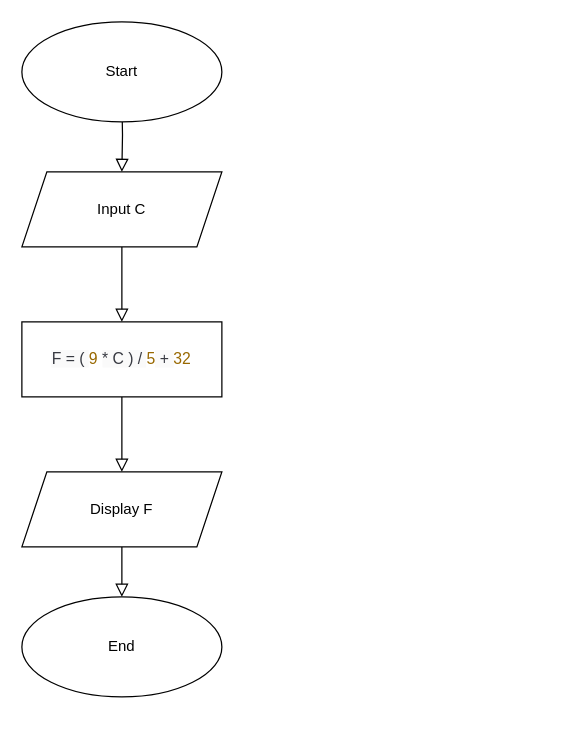
Before: Module1/NhapMonTuDuyLapTrinh/Thuc_Hanh/[Thực hành] Thuật toán chuyển đổi nhiệt độ.drawio in sonlt92/A0421I1-LeTranSon, a draw.io diagram. Source tidied: cells renumbered, new cells numbered last; positions are measured from the earlier drawing's top-left corner, leaving out a move shared by most shapes. Both pictures are drawn from the tidied source at 125%, with x=0, y=0 at pixel (21, 21).
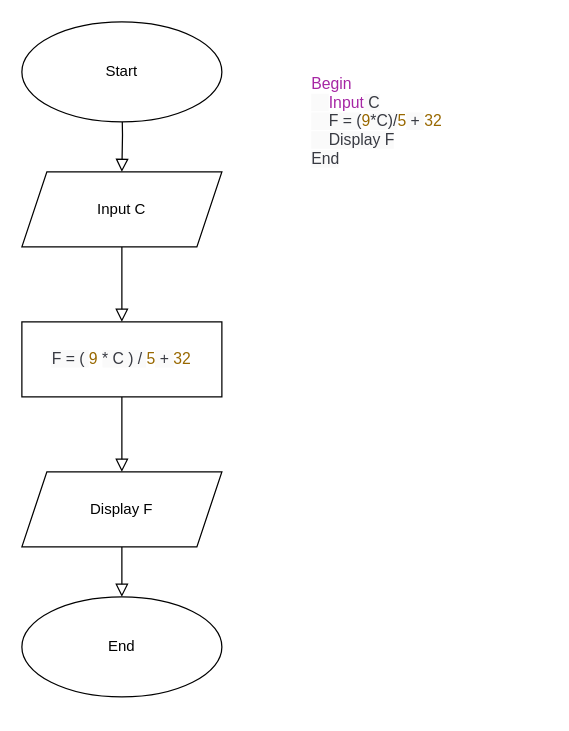
Above is the later version.

Diff of the diagram source:
```diff
@@
 <mxGraphModel>
   <root>
     <mxCell id="0" />
     <mxCell id="1" parent="0" />
     <mxCell id="2" style="rounded=0;html=1;jettySize=auto;fontSize=11;endArrow=block;endFill=0;endSize=8;strokeWidth=1;shadow=0;labelBackgroundColor=none;edgeStyle=orthogonalEdgeStyle;entryX=0.5;entryY=0;entryDx=0;entryDy=0;" parent="1" edge="1" target="3">
       <mxGeometry relative="1" as="geometry">
         <mxPoint x="80" y="60" as="sourcePoint" />
       </mxGeometry>
     </mxCell>
     <mxCell id="3" value="Input C" style="shape=parallelogram;perimeter=parallelogramPerimeter;whiteSpace=wrap;html=1;fixedSize=1;" parent="1" vertex="1">
       <mxGeometry y="120" width="160" height="60" as="geometry" />
     </mxCell>
     <mxCell id="4" value="&lt;span style=&quot;color: rgb(56 , 58 , 66) ; font-size: 12.6px ; font-style: normal ; font-weight: 400 ; letter-spacing: normal ; text-indent: 0px ; text-transform: none ; word-spacing: 0px ; background-color: rgb(250 , 250 , 250) ; display: inline ; float: none&quot;&gt;F = (&amp;nbsp;&lt;/span&gt;&lt;span class=&quot;hljs-number&quot; style=&quot;box-sizing: border-box ; color: rgb(152 , 104 , 1) ; font-size: 12.6px ; font-style: normal ; font-weight: 400 ; letter-spacing: normal ; text-indent: 0px ; text-transform: none ; word-spacing: 0px&quot;&gt;&lt;span class=&quot;hljs-number&quot; style=&quot;box-sizing: border-box ; color: rgb(152 , 104 , 1)&quot;&gt;9&amp;nbsp;&lt;/span&gt;&lt;/span&gt;&lt;span style=&quot;color: rgb(56 , 58 , 66) ; font-size: 12.6px ; font-style: normal ; font-weight: 400 ; letter-spacing: normal ; text-indent: 0px ; text-transform: none ; word-spacing: 0px ; background-color: rgb(250 , 250 , 250) ; display: inline ; float: none&quot;&gt;* C ) /&amp;nbsp;&lt;/span&gt;&lt;span class=&quot;hljs-number&quot; style=&quot;box-sizing: border-box ; color: rgb(152 , 104 , 1) ; font-size: 12.6px ; font-style: normal ; font-weight: 400 ; letter-spacing: normal ; text-indent: 0px ; text-transform: none ; word-spacing: 0px&quot;&gt;&lt;span class=&quot;hljs-number&quot; style=&quot;box-sizing: border-box ; color: rgb(152 , 104 , 1)&quot;&gt;5&lt;/span&gt;&lt;/span&gt;&lt;span style=&quot;color: rgb(56 , 58 , 66) ; font-size: 12.6px ; font-style: normal ; font-weight: 400 ; letter-spacing: normal ; text-indent: 0px ; text-transform: none ; word-spacing: 0px ; background-color: rgb(250 , 250 , 250) ; display: inline ; float: none&quot;&gt; + &lt;/span&gt;&lt;span class=&quot;hljs-number&quot; style=&quot;box-sizing: border-box ; color: rgb(152 , 104 , 1) ; font-size: 12.6px ; font-style: normal ; font-weight: 400 ; letter-spacing: normal ; text-indent: 0px ; text-transform: none ; word-spacing: 0px&quot;&gt;&lt;span class=&quot;hljs-number&quot; style=&quot;box-sizing: border-box ; color: rgb(152 , 104 , 1)&quot;&gt;32&lt;/span&gt;&lt;/span&gt;" style="rounded=0;whiteSpace=wrap;html=1;align=center;" parent="1" vertex="1">
       <mxGeometry y="240" width="160" height="60" as="geometry" />
     </mxCell>
     <mxCell id="5" style="rounded=0;html=1;jettySize=auto;fontSize=11;endArrow=block;endFill=0;endSize=8;strokeWidth=1;shadow=0;labelBackgroundColor=none;edgeStyle=orthogonalEdgeStyle;" parent="1" edge="1" source="3" target="4">
       <mxGeometry relative="1" as="geometry" />
     </mxCell>
     <mxCell id="6" value="Display F" style="shape=parallelogram;perimeter=parallelogramPerimeter;whiteSpace=wrap;html=1;fixedSize=1;" parent="1" vertex="1">
       <mxGeometry y="360" width="160" height="60" as="geometry" />
     </mxCell>
     <mxCell id="7" style="rounded=0;html=1;jettySize=auto;fontSize=11;endArrow=block;endFill=0;endSize=8;strokeWidth=1;shadow=0;labelBackgroundColor=none;edgeStyle=orthogonalEdgeStyle;entryX=0.5;entryY=0;entryDx=0;entryDy=0;exitX=0.5;exitY=1;exitDx=0;exitDy=0;" parent="1" edge="1" source="4" target="6">
       <mxGeometry relative="1" as="geometry" />
     </mxCell>
     <mxCell id="8" style="rounded=0;html=1;jettySize=auto;fontSize=11;endArrow=block;endFill=0;endSize=8;strokeWidth=1;shadow=0;labelBackgroundColor=none;edgeStyle=orthogonalEdgeStyle;entryX=0.5;entryY=0;entryDx=0;entryDy=0;exitX=0.5;exitY=1;exitDx=0;exitDy=0;" parent="1" edge="1" source="6" target="11">
       <mxGeometry relative="1" as="geometry" />
     </mxCell>
     <mxCell id="9" style="edgeStyle=none;rounded=1;orthogonalLoop=1;jettySize=auto;html=1;exitX=0.5;exitY=1;exitDx=0;exitDy=0;endArrow=blockThin;endFill=0;endSize=8;" parent="1" edge="1">
       <mxGeometry relative="1" as="geometry">
         <mxPoint x="80" y="540" as="sourcePoint" />
         <mxPoint x="80" y="540" as="targetPoint" />
       </mxGeometry>
     </mxCell>
     <mxCell id="10" value="Start" style="ellipse;whiteSpace=wrap;html=1;" parent="1" vertex="1">
       <mxGeometry width="160" height="80" as="geometry" />
     </mxCell>
     <mxCell id="11" value="End" style="ellipse;whiteSpace=wrap;html=1;" parent="1" vertex="1">
       <mxGeometry y="460" width="160" height="80" as="geometry" />
     </mxCell>
+    <mxCell id="12" value="&lt;span class=&quot;hljs-keyword&quot; style=&quot;box-sizing: border-box ; color: rgb(166 , 38 , 164) ; font-family: , &amp;#34;menlo&amp;#34; , &amp;#34;monaco&amp;#34; , &amp;#34;consolas&amp;#34; , &amp;#34;liberation mono&amp;#34; , &amp;#34;courier new&amp;#34; , monospace ; font-size: 12.6px&quot;&gt;Begin&lt;/span&gt;&lt;br style=&quot;box-sizing: border-box ; color: rgb(56 , 58 , 66) ; font-family: , &amp;#34;menlo&amp;#34; , &amp;#34;monaco&amp;#34; , &amp;#34;consolas&amp;#34; , &amp;#34;liberation mono&amp;#34; , &amp;#34;courier new&amp;#34; , monospace ; font-size: 12.6px&quot;&gt;&lt;span style=&quot;color: rgb(56 , 58 , 66) ; font-family: , &amp;#34;menlo&amp;#34; , &amp;#34;monaco&amp;#34; , &amp;#34;consolas&amp;#34; , &amp;#34;liberation mono&amp;#34; , &amp;#34;courier new&amp;#34; , monospace ; font-size: 12.6px ; background-color: rgb(250 , 250 , 250)&quot;&gt;&amp;nbsp;&amp;nbsp;&amp;nbsp; &lt;/span&gt;&lt;span class=&quot;hljs-keyword&quot; style=&quot;box-sizing: border-box ; color: rgb(166 , 38 , 164) ; font-family: , &amp;#34;menlo&amp;#34; , &amp;#34;monaco&amp;#34; , &amp;#34;consolas&amp;#34; , &amp;#34;liberation mono&amp;#34; , &amp;#34;courier new&amp;#34; , monospace ; font-size: 12.6px&quot;&gt;Input&lt;/span&gt;&lt;span style=&quot;color: rgb(56 , 58 , 66) ; font-family: , &amp;#34;menlo&amp;#34; , &amp;#34;monaco&amp;#34; , &amp;#34;consolas&amp;#34; , &amp;#34;liberation mono&amp;#34; , &amp;#34;courier new&amp;#34; , monospace ; font-size: 12.6px ; background-color: rgb(250 , 250 , 250)&quot;&gt; C&lt;/span&gt;&lt;br style=&quot;box-sizing: border-box ; color: rgb(56 , 58 , 66) ; font-family: , &amp;#34;menlo&amp;#34; , &amp;#34;monaco&amp;#34; , &amp;#34;consolas&amp;#34; , &amp;#34;liberation mono&amp;#34; , &amp;#34;courier new&amp;#34; , monospace ; font-size: 12.6px&quot;&gt;&lt;span style=&quot;color: rgb(56 , 58 , 66) ; font-family: , &amp;#34;menlo&amp;#34; , &amp;#34;monaco&amp;#34; , &amp;#34;consolas&amp;#34; , &amp;#34;liberation mono&amp;#34; , &amp;#34;courier new&amp;#34; , monospace ; font-size: 12.6px ; background-color: rgb(250 , 250 , 250)&quot;&gt;&amp;nbsp;&amp;nbsp;&amp;nbsp; F = (&lt;/span&gt;&lt;span class=&quot;hljs-number&quot; style=&quot;box-sizing: border-box ; color: rgb(152 , 104 , 1) ; font-family: , &amp;#34;menlo&amp;#34; , &amp;#34;monaco&amp;#34; , &amp;#34;consolas&amp;#34; , &amp;#34;liberation mono&amp;#34; , &amp;#34;courier new&amp;#34; , monospace ; font-size: 12.6px&quot;&gt;9&lt;/span&gt;&lt;span style=&quot;color: rgb(56 , 58 , 66) ; font-family: , &amp;#34;menlo&amp;#34; , &amp;#34;monaco&amp;#34; , &amp;#34;consolas&amp;#34; , &amp;#34;liberation mono&amp;#34; , &amp;#34;courier new&amp;#34; , monospace ; font-size: 12.6px ; background-color: rgb(250 , 250 , 250)&quot;&gt;*C)/&lt;/span&gt;&lt;span class=&quot;hljs-number&quot; style=&quot;box-sizing: border-box ; color: rgb(152 , 104 , 1) ; font-family: , &amp;#34;menlo&amp;#34; , &amp;#34;monaco&amp;#34; , &amp;#34;consolas&amp;#34; , &amp;#34;liberation mono&amp;#34; , &amp;#34;courier new&amp;#34; , monospace ; font-size: 12.6px&quot;&gt;5&lt;/span&gt;&lt;span style=&quot;color: rgb(56 , 58 , 66) ; font-family: , &amp;#34;menlo&amp;#34; , &amp;#34;monaco&amp;#34; , &amp;#34;consolas&amp;#34; , &amp;#34;liberation mono&amp;#34; , &amp;#34;courier new&amp;#34; , monospace ; font-size: 12.6px ; background-color: rgb(250 , 250 , 250)&quot;&gt; + &lt;/span&gt;&lt;span class=&quot;hljs-number&quot; style=&quot;box-sizing: border-box ; color: rgb(152 , 104 , 1) ; font-family: , &amp;#34;menlo&amp;#34; , &amp;#34;monaco&amp;#34; , &amp;#34;consolas&amp;#34; , &amp;#34;liberation mono&amp;#34; , &amp;#34;courier new&amp;#34; , monospace ; font-size: 12.6px&quot;&gt;32&lt;/span&gt;&lt;br style=&quot;box-sizing: border-box ; color: rgb(56 , 58 , 66) ; font-family: , &amp;#34;menlo&amp;#34; , &amp;#34;monaco&amp;#34; , &amp;#34;consolas&amp;#34; , &amp;#34;liberation mono&amp;#34; , &amp;#34;courier new&amp;#34; , monospace ; font-size: 12.6px&quot;&gt;&lt;span style=&quot;color: rgb(56 , 58 , 66) ; font-family: , &amp;#34;menlo&amp;#34; , &amp;#34;monaco&amp;#34; , &amp;#34;consolas&amp;#34; , &amp;#34;liberation mono&amp;#34; , &amp;#34;courier new&amp;#34; , monospace ; font-size: 12.6px ; background-color: rgb(250 , 250 , 250)&quot;&gt;&amp;nbsp;&amp;nbsp;&amp;nbsp; Display F&lt;/span&gt;&lt;br style=&quot;box-sizing: border-box ; color: rgb(56 , 58 , 66) ; font-family: , &amp;#34;menlo&amp;#34; , &amp;#34;monaco&amp;#34; , &amp;#34;consolas&amp;#34; , &amp;#34;liberation mono&amp;#34; , &amp;#34;courier new&amp;#34; , monospace ; font-size: 12.6px&quot;&gt;&lt;span style=&quot;color: rgb(56 , 58 , 66) ; font-family: , &amp;#34;menlo&amp;#34; , &amp;#34;monaco&amp;#34; , &amp;#34;consolas&amp;#34; , &amp;#34;liberation mono&amp;#34; , &amp;#34;courier new&amp;#34; , monospace ; font-size: 12.6px ; background-color: rgb(250 , 250 , 250)&quot;&gt;End&lt;/span&gt;" style="text;html=1;strokeColor=none;fillColor=none;align=left;verticalAlign=middle;whiteSpace=wrap;rounded=0;" parent="1" vertex="1">
+      <mxGeometry x="230" y="10" width="190" height="140" as="geometry" />
+    </mxCell>
   </root>
 </mxGraphModel>
```
